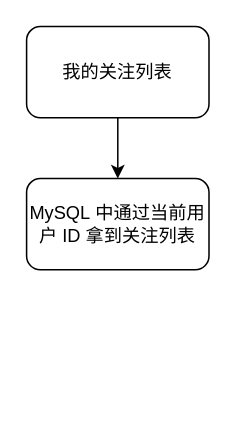
This is 粉丝模块.drawio from lee11xx/picgo-img, a draw.io file, before an edit. Source tidied: cells renumbered, new cells numbered last; positions are measured from the earlier drawing's top-left corner, leaving out a move shared by most shapes. Both pictures are drawn from the tidied source at 152%, with x=0, y=0 at pixel (26, 26).
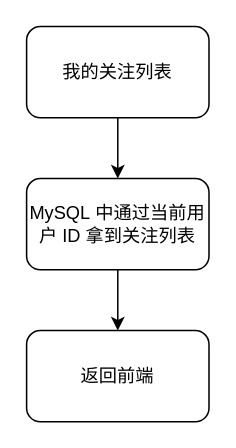
The same diagram, later.

Commit message (it also covers changes not shown here):
更新粉丝模块.drawio

The edit, as a diff of the source:
```diff
@@
 <mxGraphModel>
   <root>
     <mxCell id="0" />
     <mxCell id="1" parent="0" />
     <mxCell id="2" style="edgeStyle=orthogonalEdgeStyle;rounded=0;jettySize=auto;html=1;" parent="1" edge="1" source="3" target="4">
       <mxGeometry relative="1" as="geometry" />
     </mxCell>
     <mxCell id="3" value="我的关注列表" style="rounded=1;whiteSpace=wrap;html=1;" parent="1" vertex="1">
       <mxGeometry width="120" height="60" as="geometry" />
     </mxCell>
+    <mxCell id="5" style="edgeStyle=orthogonalEdgeStyle;rounded=0;jettySize=auto;html=1;" parent="1" edge="1" source="4" target="6">
+      <mxGeometry relative="1" as="geometry" />
+    </mxCell>
     <mxCell id="4" value="MySQL&amp;nbsp;中通过当前用户 ID&amp;nbsp;拿到关注列表" style="rounded=1;whiteSpace=wrap;html=1;" parent="1" vertex="1">
       <mxGeometry y="100" width="120" height="60" as="geometry" />
     </mxCell>
+    <mxCell id="6" value="返回前端" style="rounded=1;whiteSpace=wrap;html=1;" parent="1" vertex="1">
+      <mxGeometry y="200" width="120" height="60" as="geometry" />
+    </mxCell>
   </root>
 </mxGraphModel>
```
